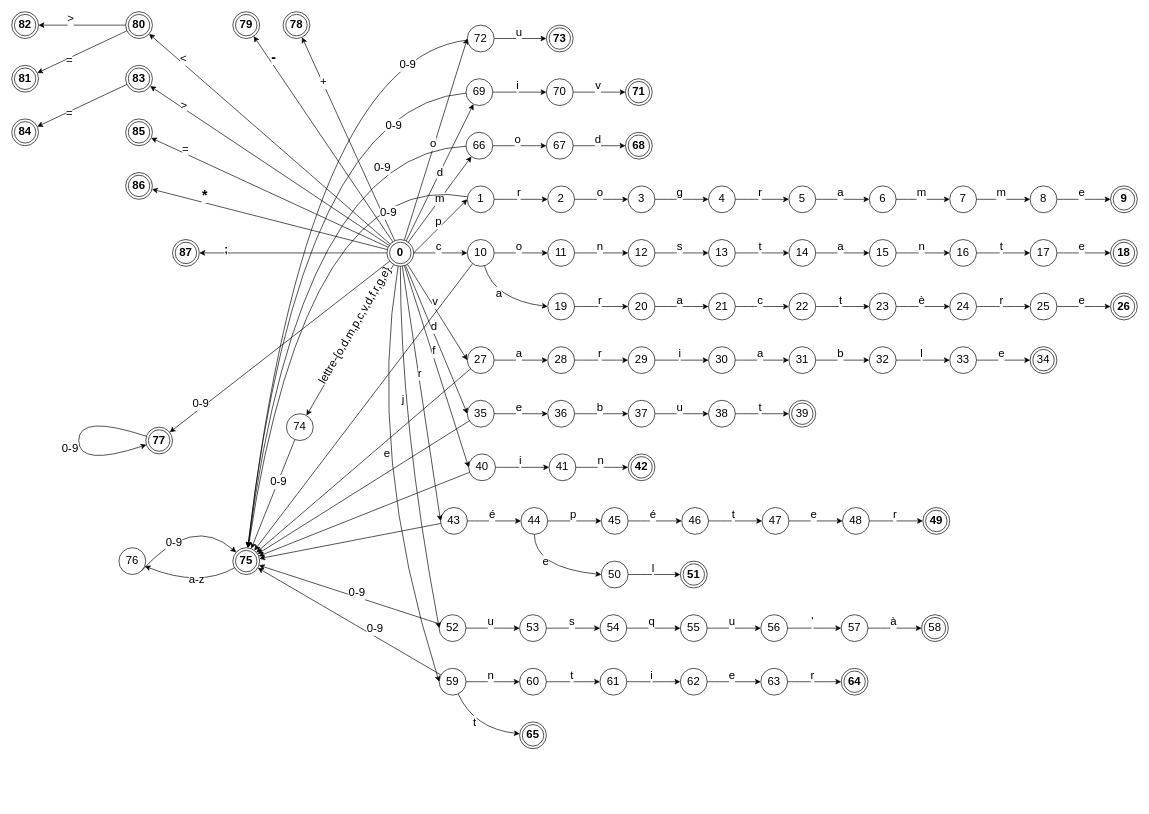
B-AJ-Amar/AlgoLang-Compiler keeps this draw.io diagram as src/diagrams/automate.drawio. Above is the earlier version. Source tidied: cells renumbered, new cells numbered last; positions are measured from the earlier drawing's top-left corner, leaving out a move shared by most shapes. Both pictures are drawn from the tidied source at 67%, with x=0, y=0 at pixel (11, 11).
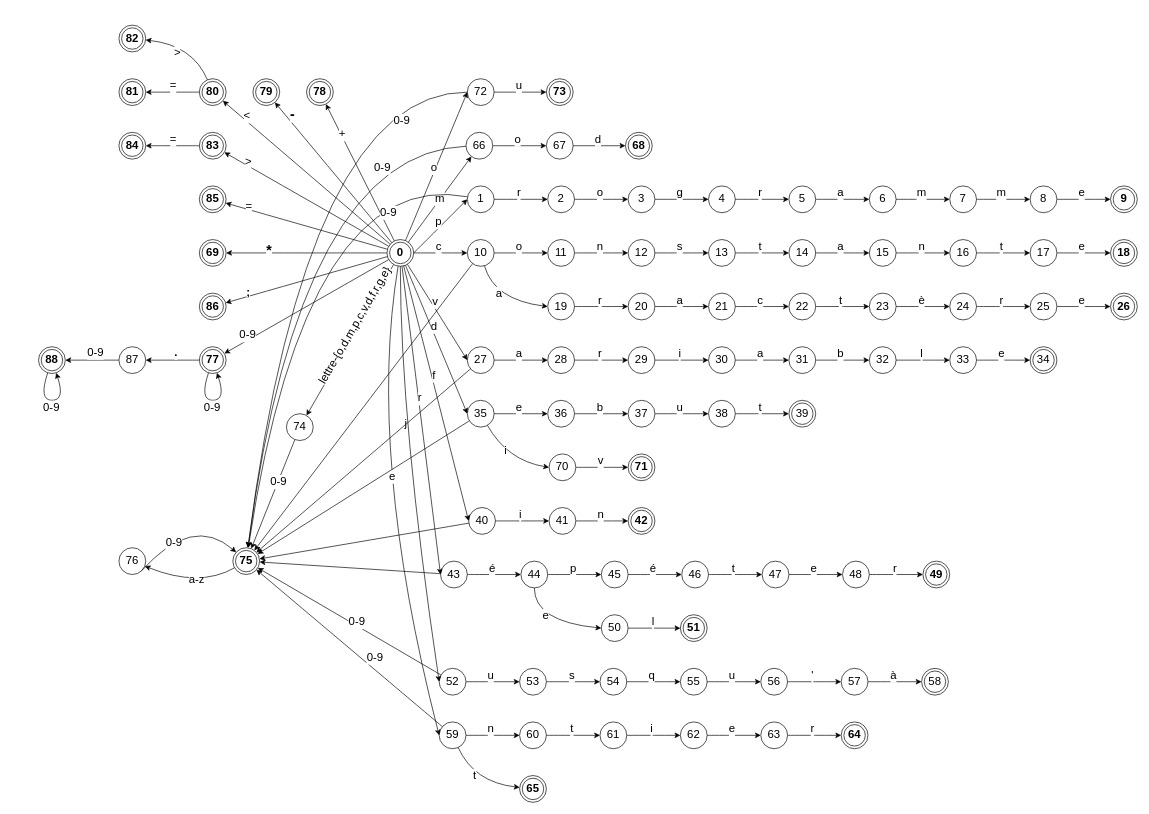
After the change.

Commit message (it also covers changes not shown here):
make everything works + add FLOAT

The change refers to these unchanged cells:
```xml
<mxCell id="2" value="&lt;b&gt;0&lt;/b&gt;" style="ellipse;shape=doubleEllipse;whiteSpace=wrap;html=1;fontSize=17;" parent="1" vertex="1">
  <mxGeometry x="560" y="340" width="40" height="40" as="geometry" />
</mxCell>
<mxCell id="81" value="35" style="ellipse;whiteSpace=wrap;html=1;fontSize=17;" parent="1" vertex="1">
  <mxGeometry x="680" y="580" width="40" height="40" as="geometry" />
</mxCell>
<mxCell id="223" value="75" style="ellipse;shape=doubleEllipse;whiteSpace=wrap;html=1;fontStyle=1;fontSize=17;" parent="1" vertex="1">
  <mxGeometry x="330" y="800" width="40" height="40" as="geometry" />
</mxCell>
```

What changed in the source:
```diff
@@
     <mxCell id="96" value="40" style="ellipse;whiteSpace=wrap;html=1;fontSize=17;" parent="1" vertex="1">
-      <mxGeometry x="682" y="660" width="40" height="40" as="geometry" />
+      <mxGeometry x="682" y="740" width="40" height="40" as="geometry" />
     </mxCell>
@@
     <mxCell id="99" value="41" style="ellipse;whiteSpace=wrap;html=1;fontSize=17;" parent="1" vertex="1">
-      <mxGeometry x="802" y="660" width="40" height="40" as="geometry" />
+      <mxGeometry x="802" y="740" width="40" height="40" as="geometry" />
     </mxCell>
@@
     <mxCell id="102" style="curved=1;endArrow=classic;html=1;rounded=0;exitX=1;exitY=0.5;exitDx=0;exitDy=0;fontSize=17;" parent="1" edge="1" target="104">
       <mxGeometry relative="1" as="geometry">
-        <mxPoint x="842" y="680" as="sourcePoint" />
+        <mxPoint x="842" y="760" as="sourcePoint" />
       </mxGeometry>
     </mxCell>
@@
     <mxCell id="104" value="42" style="ellipse;shape=doubleEllipse;whiteSpace=wrap;html=1;fontStyle=1;fontSize=17;" parent="1" vertex="1">
-      <mxGeometry x="920" y="660" width="40" height="40" as="geometry" />
+      <mxGeometry x="920" y="740" width="40" height="40" as="geometry" />
     </mxCell>
     <mxCell id="105" value="43" style="ellipse;whiteSpace=wrap;html=1;fontSize=17;" parent="1" vertex="1">
-      <mxGeometry x="640" y="740" width="40" height="40" as="geometry" />
+      <mxGeometry x="640" y="820" width="40" height="40" as="geometry" />
     </mxCell>
@@
     <mxCell id="108" value="44" style="ellipse;whiteSpace=wrap;html=1;fontSize=17;" parent="1" vertex="1">
-      <mxGeometry x="760" y="740" width="40" height="40" as="geometry" />
+      <mxGeometry x="760" y="820" width="40" height="40" as="geometry" />
     </mxCell>
@@
     <mxCell id="111" value="45" style="ellipse;whiteSpace=wrap;html=1;fontSize=17;" parent="1" vertex="1">
-      <mxGeometry x="880" y="740" width="40" height="40" as="geometry" />
+      <mxGeometry x="880" y="820" width="40" height="40" as="geometry" />
     </mxCell>
     <mxCell id="112" style="curved=1;endArrow=classic;html=1;rounded=0;entryX=0;entryY=0.5;entryDx=0;entryDy=0;exitX=1;exitY=0.5;exitDx=0;exitDy=0;fontSize=17;" parent="1" edge="1" target="111">
       <mxGeometry relative="1" as="geometry">
-        <mxPoint x="800" y="760" as="sourcePoint" />
+        <mxPoint x="800" y="840" as="sourcePoint" />
       </mxGeometry>
     </mxCell>
@@
     <mxCell id="114" value="46" style="ellipse;whiteSpace=wrap;html=1;fontSize=17;" parent="1" vertex="1">
-      <mxGeometry x="1000" y="740" width="40" height="40" as="geometry" />
+      <mxGeometry x="1000" y="820" width="40" height="40" as="geometry" />
     </mxCell>
@@
     <mxCell id="117" value="47" style="ellipse;whiteSpace=wrap;html=1;fontSize=17;" parent="1" vertex="1">
-      <mxGeometry x="1120" y="740" width="40" height="40" as="geometry" />
+      <mxGeometry x="1120" y="820" width="40" height="40" as="geometry" />
     </mxCell>
@@
     <mxCell id="120" value="48" style="ellipse;whiteSpace=wrap;html=1;fontSize=17;" parent="1" vertex="1">
-      <mxGeometry x="1240" y="740" width="40" height="40" as="geometry" />
+      <mxGeometry x="1240" y="820" width="40" height="40" as="geometry" />
     </mxCell>
@@
     <mxCell id="123" style="curved=1;endArrow=classic;html=1;rounded=0;exitX=1;exitY=0.5;exitDx=0;exitDy=0;fontSize=17;" parent="1" edge="1" target="125">
       <mxGeometry relative="1" as="geometry">
-        <mxPoint x="1280" y="760" as="sourcePoint" />
+        <mxPoint x="1280" y="840" as="sourcePoint" />
       </mxGeometry>
     </mxCell>
@@
     <mxCell id="125" value="49" style="ellipse;shape=doubleEllipse;whiteSpace=wrap;html=1;fontStyle=1;fontSize=17;" parent="1" vertex="1">
-      <mxGeometry x="1360" y="740" width="40" height="40" as="geometry" />
+      <mxGeometry x="1360" y="820" width="40" height="40" as="geometry" />
     </mxCell>
     <mxCell id="126" value="52" style="ellipse;whiteSpace=wrap;html=1;fontSize=17;" parent="1" vertex="1">
-      <mxGeometry x="638" y="900" width="40" height="40" as="geometry" />
+      <mxGeometry x="638" y="980" width="40" height="40" as="geometry" />
     </mxCell>
@@
     <mxCell id="129" value="53" style="ellipse;whiteSpace=wrap;html=1;fontSize=17;" parent="1" vertex="1">
-      <mxGeometry x="758" y="900" width="40" height="40" as="geometry" />
+      <mxGeometry x="758" y="980" width="40" height="40" as="geometry" />
     </mxCell>
@@
     <mxCell id="132" value="54" style="ellipse;whiteSpace=wrap;html=1;fontSize=17;" parent="1" vertex="1">
-      <mxGeometry x="878" y="900" width="40" height="40" as="geometry" />
+      <mxGeometry x="878" y="980" width="40" height="40" as="geometry" />
     </mxCell>
     <mxCell id="133" style="curved=1;endArrow=classic;html=1;rounded=0;entryX=0;entryY=0.5;entryDx=0;entryDy=0;exitX=1;exitY=0.5;exitDx=0;exitDy=0;fontSize=17;" parent="1" edge="1" target="132">
       <mxGeometry relative="1" as="geometry">
-        <mxPoint x="798" y="920" as="sourcePoint" />
+        <mxPoint x="798" y="1000" as="sourcePoint" />
       </mxGeometry>
     </mxCell>
@@
     <mxCell id="135" value="55" style="ellipse;whiteSpace=wrap;html=1;fontSize=17;" parent="1" vertex="1">
-      <mxGeometry x="998" y="900" width="40" height="40" as="geometry" />
+      <mxGeometry x="998" y="980" width="40" height="40" as="geometry" />
     </mxCell>
@@
     <mxCell id="138" value="56" style="ellipse;whiteSpace=wrap;html=1;fontSize=17;" parent="1" vertex="1">
-      <mxGeometry x="1118" y="900" width="40" height="40" as="geometry" />
+      <mxGeometry x="1118" y="980" width="40" height="40" as="geometry" />
     </mxCell>
@@
     <mxCell id="141" value="57" style="ellipse;whiteSpace=wrap;html=1;fontSize=17;" parent="1" vertex="1">
-      <mxGeometry x="1238" y="900" width="40" height="40" as="geometry" />
+      <mxGeometry x="1238" y="980" width="40" height="40" as="geometry" />
     </mxCell>
@@
     <mxCell id="144" style="curved=1;endArrow=classic;html=1;rounded=0;exitX=1;exitY=0.5;exitDx=0;exitDy=0;fontSize=17;" parent="1" edge="1" target="146">
       <mxGeometry relative="1" as="geometry">
-        <mxPoint x="1278" y="920" as="sourcePoint" />
+        <mxPoint x="1278" y="1000" as="sourcePoint" />
       </mxGeometry>
     </mxCell>
@@
     <mxCell id="146" value="58" style="ellipse;shape=doubleEllipse;whiteSpace=wrap;html=1;fontSize=17;" parent="1" vertex="1">
-      <mxGeometry x="1358" y="900" width="40" height="40" as="geometry" />
+      <mxGeometry x="1358" y="980" width="40" height="40" as="geometry" />
     </mxCell>
     <mxCell id="147" value="59" style="ellipse;whiteSpace=wrap;html=1;fontSize=17;" parent="1" vertex="1">
-      <mxGeometry x="638" y="980" width="40" height="40" as="geometry" />
+      <mxGeometry x="638" y="1060" width="40" height="40" as="geometry" />
     </mxCell>
@@
     <mxCell id="150" value="60" style="ellipse;whiteSpace=wrap;html=1;fontSize=17;" parent="1" vertex="1">
-      <mxGeometry x="758" y="980" width="40" height="40" as="geometry" />
+      <mxGeometry x="758" y="1060" width="40" height="40" as="geometry" />
     </mxCell>
@@
     <mxCell id="153" value="61" style="ellipse;whiteSpace=wrap;html=1;fontSize=17;" parent="1" vertex="1">
-      <mxGeometry x="878" y="980" width="40" height="40" as="geometry" />
+      <mxGeometry x="878" y="1060" width="40" height="40" as="geometry" />
     </mxCell>
     <mxCell id="154" style="curved=1;endArrow=classic;html=1;rounded=0;entryX=0;entryY=0.5;entryDx=0;entryDy=0;exitX=1;exitY=0.5;exitDx=0;exitDy=0;fontSize=17;" parent="1" edge="1" target="153">
       <mxGeometry relative="1" as="geometry">
-        <mxPoint x="798" y="1000" as="sourcePoint" />
+        <mxPoint x="798" y="1080" as="sourcePoint" />
       </mxGeometry>
     </mxCell>
@@
     <mxCell id="156" value="62" style="ellipse;whiteSpace=wrap;html=1;fontSize=17;" parent="1" vertex="1">
-      <mxGeometry x="998" y="980" width="40" height="40" as="geometry" />
+      <mxGeometry x="998" y="1060" width="40" height="40" as="geometry" />
     </mxCell>
@@
     <mxCell id="161" value="63" style="ellipse;whiteSpace=wrap;html=1;fontSize=17;" parent="1" vertex="1">
-      <mxGeometry x="1118" y="980" width="40" height="40" as="geometry" />
+      <mxGeometry x="1118" y="1060" width="40" height="40" as="geometry" />
     </mxCell>
@@
     <mxCell id="164" value="64" style="ellipse;shape=doubleEllipse;whiteSpace=wrap;html=1;fontStyle=1;fontSize=17;" parent="1" vertex="1">
-      <mxGeometry x="1238" y="980" width="40" height="40" as="geometry" />
+      <mxGeometry x="1238" y="1060" width="40" height="40" as="geometry" />
     </mxCell>
@@
     <mxCell id="196" value="50" style="ellipse;whiteSpace=wrap;html=1;fontSize=17;" parent="1" vertex="1">
-      <mxGeometry x="880" y="820" width="40" height="40" as="geometry" />
+      <mxGeometry x="880" y="900" width="40" height="40" as="geometry" />
     </mxCell>
     <mxCell id="197" style="curved=1;endArrow=classic;html=1;rounded=0;entryX=0;entryY=0.5;entryDx=0;entryDy=0;fontSize=17;" parent="1" edge="1" source="108" target="196">
       <mxGeometry relative="1" as="geometry">
         <Array as="points">
-          <mxPoint x="780" y="830" />
+          <mxPoint x="780" y="910" />
         </Array>
       </mxGeometry>
     </mxCell>
@@
     <mxCell id="199" style="curved=1;endArrow=classic;html=1;rounded=0;exitX=1;exitY=0.5;exitDx=0;exitDy=0;fontSize=17;" parent="1" edge="1" target="201">
       <mxGeometry relative="1" as="geometry">
-        <mxPoint x="920" y="840" as="sourcePoint" />
+        <mxPoint x="920" y="920" as="sourcePoint" />
       </mxGeometry>
     </mxCell>
@@
     <mxCell id="201" value="51" style="ellipse;shape=doubleEllipse;whiteSpace=wrap;html=1;fontStyle=1;fontSize=17;" parent="1" vertex="1">
-      <mxGeometry x="998" y="820" width="40" height="40" as="geometry" />
+      <mxGeometry x="998" y="900" width="40" height="40" as="geometry" />
     </mxCell>
     <mxCell id="202" style="curved=1;endArrow=classic;html=1;rounded=0;fontSize=17;" parent="1" edge="1" source="147" target="204">
       <mxGeometry relative="1" as="geometry">
         <Array as="points">
-          <mxPoint x="690" y="1070" />
+          <mxPoint x="690" y="1150" />
         </Array>
       </mxGeometry>
     </mxCell>
@@
     <mxCell id="204" value="65" style="ellipse;shape=doubleEllipse;whiteSpace=wrap;html=1;fontStyle=1;fontSize=17;" parent="1" vertex="1">
-      <mxGeometry x="758" y="1060" width="40" height="40" as="geometry" />
+      <mxGeometry x="758" y="1140" width="40" height="40" as="geometry" />
     </mxCell>
@@
-    <mxCell id="206" value="69" style="ellipse;whiteSpace=wrap;html=1;fontSize=17;" parent="1" vertex="1">
-      <mxGeometry x="678" y="100" width="40" height="40" as="geometry" />
-    </mxCell>
-    <mxCell id="207" value="70" style="ellipse;whiteSpace=wrap;html=1;fontSize=17;" parent="1" vertex="1">
-      <mxGeometry x="798" y="100" width="40" height="40" as="geometry" />
-    </mxCell>
-    <mxCell id="208" style="curved=1;endArrow=classic;html=1;rounded=0;entryX=0;entryY=0.5;entryDx=0;entryDy=0;exitX=1;exitY=0.5;exitDx=0;exitDy=0;fontSize=17;" parent="1" edge="1" source="206" target="207">
-      <mxGeometry relative="1" as="geometry" />
-    </mxCell>
-    <mxCell id="209" value="i" style="edgeLabel;html=1;align=center;verticalAlign=middle;fontSize=17;" parent="208" vertex="1">
-      <mxGeometry x="-0.11" y="-1" relative="1" as="geometry">
-        <mxPoint y="-11" as="offset" />
-      </mxGeometry>
-    </mxCell>
-    <mxCell id="210" style="curved=1;endArrow=classic;html=1;rounded=0;exitX=1;exitY=0.5;exitDx=0;exitDy=0;fontSize=17;" parent="1" edge="1" target="212">
-      <mxGeometry relative="1" as="geometry">
-        <mxPoint x="838" y="120" as="sourcePoint" />
-      </mxGeometry>
-    </mxCell>
-    <mxCell id="211" value="v" style="edgeLabel;html=1;align=center;verticalAlign=middle;fontSize=17;" parent="210" vertex="1">
-      <mxGeometry x="-0.09" relative="1" as="geometry">
-        <mxPoint x="1" y="-10" as="offset" />
-      </mxGeometry>
-    </mxCell>
-    <mxCell id="212" value="71" style="ellipse;shape=doubleEllipse;whiteSpace=wrap;html=1;fontStyle=1;fontSize=17;" parent="1" vertex="1">
-      <mxGeometry x="916" y="100" width="40" height="40" as="geometry" />
-    </mxCell>
-    <mxCell id="213" value="d" style="curved=1;endArrow=classic;html=1;rounded=0;fontSize=17;" parent="1" edge="1" source="2" target="206">
-      <mxGeometry relative="1" as="geometry" />
-    </mxCell>
     <mxCell id="214" value="72" style="ellipse;whiteSpace=wrap;html=1;fontSize=17;" parent="1" vertex="1">
-      <mxGeometry x="680" y="20" width="40" height="40" as="geometry" />
+      <mxGeometry x="680" y="100" width="40" height="40" as="geometry" />
     </mxCell>
@@
     <mxCell id="219" value="78" style="ellipse;shape=doubleEllipse;whiteSpace=wrap;html=1;fontStyle=1;fontSize=17;" parent="1" vertex="1">
-      <mxGeometry x="405" width="40" height="40" as="geometry" />
+      <mxGeometry x="440" y="100" width="40" height="40" as="geometry" />
     </mxCell>
@@
     <mxCell id="231" style="curved=1;endArrow=classic;html=1;rounded=0;fontSize=17;" parent="1" edge="1" source="214" target="223">
       <mxGeometry relative="1" as="geometry">
         <Array as="points">
-          <mxPoint x="440" y="70" />
+          <mxPoint x="440" y="120" />
         </Array>
       </mxGeometry>
     </mxCell>
     <mxCell id="232" value="&lt;font&gt;0-9&lt;/font&gt;" style="edgeLabel;html=1;align=center;verticalAlign=middle;fontSize=17;" parent="231" vertex="1">
       <mxGeometry x="-0.19" y="73" relative="1" as="geometry">
-        <mxPoint x="96" y="-153" as="offset" />
+        <mxPoint x="86" y="-101" as="offset" />
       </mxGeometry>
     </mxCell>
-    <mxCell id="233" style="curved=1;endArrow=classic;html=1;rounded=0;fontSize=17;" parent="1" edge="1" source="206" target="223">
-      <mxGeometry relative="1" as="geometry">
-        <Array as="points">
-          <mxPoint x="430" y="140" />
-        </Array>
-      </mxGeometry>
-    </mxCell>
-    <mxCell id="234" value="0-9" style="edgeLabel;html=1;align=center;verticalAlign=middle;fontSize=17;" parent="233" vertex="1">
-      <mxGeometry x="-0.27" y="82" relative="1" as="geometry">
-        <mxPoint x="68" y="-63" as="offset" />
-      </mxGeometry>
-    </mxCell>
@@
     <mxCell id="248" value="79" style="ellipse;shape=doubleEllipse;whiteSpace=wrap;html=1;fontStyle=1;fontSize=17;" parent="1" vertex="1">
-      <mxGeometry x="330" width="40" height="40" as="geometry" />
+      <mxGeometry x="360" y="100" width="40" height="40" as="geometry" />
     </mxCell>
@@
     <mxCell id="251" value="77" style="ellipse;shape=doubleEllipse;whiteSpace=wrap;html=1;fontStyle=1;fontSize=17;" parent="1" vertex="1">
-      <mxGeometry x="200" y="620" width="40" height="40" as="geometry" />
+      <mxGeometry x="280" y="500" width="40" height="40" as="geometry" />
     </mxCell>
@@
-    <mxCell id="254" style="curved=1;endArrow=classic;html=1;rounded=0;fontSize=17;" parent="1" edge="1" source="251" target="251">
-      <mxGeometry relative="1" as="geometry">
-        <Array as="points">
-          <mxPoint x="100" y="600" />
-        </Array>
-      </mxGeometry>
-    </mxCell>
-    <mxCell id="255" value="0-9" style="edgeLabel;html=1;align=center;verticalAlign=middle;fontSize=17;" parent="254" vertex="1">
-      <mxGeometry x="-0.09" relative="1" as="geometry">
-        <mxPoint x="-14" y="26" as="offset" />
-      </mxGeometry>
-    </mxCell>
@@
     <mxCell id="258" value="73" style="ellipse;shape=doubleEllipse;whiteSpace=wrap;html=1;fontStyle=1;fontSize=17;" parent="1" vertex="1">
-      <mxGeometry x="798" y="20" width="40" height="40" as="geometry" />
+      <mxGeometry x="798" y="100" width="40" height="40" as="geometry" />
     </mxCell>
     <mxCell id="259" value="80" style="ellipse;shape=doubleEllipse;whiteSpace=wrap;html=1;fontStyle=1;fontSize=17;" parent="1" vertex="1">
-      <mxGeometry x="170" width="40" height="40" as="geometry" />
+      <mxGeometry x="280" y="100" width="40" height="40" as="geometry" />
     </mxCell>
@@
     <mxCell id="264" value="83" style="ellipse;shape=doubleEllipse;whiteSpace=wrap;html=1;fontStyle=1;fontSize=17;" parent="1" vertex="1">
-      <mxGeometry x="170" y="80" width="40" height="40" as="geometry" />
+      <mxGeometry x="280" y="180" width="40" height="40" as="geometry" />
     </mxCell>
     <mxCell id="265" value="85" style="ellipse;shape=doubleEllipse;whiteSpace=wrap;html=1;fontStyle=1;fontSize=17;" parent="1" vertex="1">
-      <mxGeometry x="170" y="160" width="40" height="40" as="geometry" />
+      <mxGeometry x="280" y="260" width="40" height="40" as="geometry" />
     </mxCell>
@@
     <mxCell id="270" value="81" style="ellipse;shape=doubleEllipse;whiteSpace=wrap;html=1;fontStyle=1;fontSize=17;" parent="1" vertex="1">
-      <mxGeometry y="80" width="40" height="40" as="geometry" />
+      <mxGeometry x="160" y="100" width="40" height="40" as="geometry" />
     </mxCell>
     <mxCell id="271" style="curved=1;endArrow=classic;html=1;rounded=0;fontSize=17;" parent="1" edge="1" source="259" target="273">
-      <mxGeometry relative="1" as="geometry" />
+      <mxGeometry relative="1" as="geometry">
+        <Array as="points">
+          <mxPoint x="270" y="50" />
+        </Array>
+      </mxGeometry>
     </mxCell>
     <mxCell id="272" value="&amp;gt;" style="edgeLabel;html=1;align=center;verticalAlign=middle;fontSize=17;" parent="271" vertex="1">
       <mxGeometry x="0.72" y="-1" relative="1" as="geometry">
-        <mxPoint x="29" y="-9" as="offset" />
+        <mxPoint x="29" y="17" as="offset" />
       </mxGeometry>
     </mxCell>
     <mxCell id="273" value="82" style="ellipse;shape=doubleEllipse;whiteSpace=wrap;html=1;fontStyle=1;fontSize=17;" parent="1" vertex="1">
-      <mxGeometry width="40" height="40" as="geometry" />
+      <mxGeometry x="160" y="20" width="40" height="40" as="geometry" />
     </mxCell>
@@
     <mxCell id="276" value="84" style="ellipse;shape=doubleEllipse;whiteSpace=wrap;html=1;fontStyle=1;fontSize=17;" parent="1" vertex="1">
-      <mxGeometry y="160" width="40" height="40" as="geometry" />
+      <mxGeometry x="160" y="180" width="40" height="40" as="geometry" />
     </mxCell>
@@
-    <mxCell id="279" value="86" style="ellipse;shape=doubleEllipse;whiteSpace=wrap;html=1;fontStyle=1;fontSize=17;" parent="1" vertex="1">
-      <mxGeometry x="170" y="240" width="40" height="40" as="geometry" />
+    <mxCell id="279" value="69" style="ellipse;shape=doubleEllipse;whiteSpace=wrap;html=1;fontStyle=1;fontSize=17;" parent="1" vertex="1">
+      <mxGeometry x="280" y="340" width="40" height="40" as="geometry" />
     </mxCell>
@@
-    <mxCell id="282" value="87" style="ellipse;shape=doubleEllipse;whiteSpace=wrap;html=1;fontStyle=1;fontSize=17;" parent="1" vertex="1">
-      <mxGeometry x="240" y="340" width="40" height="40" as="geometry" />
+    <mxCell id="282" value="86" style="ellipse;shape=doubleEllipse;whiteSpace=wrap;html=1;fontStyle=1;fontSize=17;" parent="1" vertex="1">
+      <mxGeometry x="280" y="420" width="40" height="40" as="geometry" />
     </mxCell>
+    <mxCell id="207" value="70" style="ellipse;whiteSpace=wrap;html=1;fontSize=17;" parent="1" vertex="1">
+      <mxGeometry x="802" y="660" width="40" height="40" as="geometry" />
+    </mxCell>
+    <mxCell id="283" style="curved=1;endArrow=classic;html=1;rounded=0;entryX=0;entryY=0.5;entryDx=0;entryDy=0;fontSize=17;" parent="1" edge="1" source="81" target="207">
+      <mxGeometry relative="1" as="geometry">
+        <Array as="points">
+          <mxPoint x="740" y="670" />
+        </Array>
+      </mxGeometry>
+    </mxCell>
+    <mxCell id="209" value="i" style="edgeLabel;html=1;align=center;verticalAlign=middle;fontSize=17;" parent="283" vertex="1">
+      <mxGeometry x="-0.11" y="-1" relative="1" as="geometry">
+        <mxPoint y="-11" as="offset" />
+      </mxGeometry>
+    </mxCell>
+    <mxCell id="284" style="curved=1;endArrow=classic;html=1;rounded=0;exitX=1;exitY=0.5;exitDx=0;exitDy=0;fontSize=17;" parent="1" edge="1" target="212">
+      <mxGeometry relative="1" as="geometry">
+        <mxPoint x="842" y="680" as="sourcePoint" />
+      </mxGeometry>
+    </mxCell>
+    <mxCell id="211" value="v" style="edgeLabel;html=1;align=center;verticalAlign=middle;fontSize=17;" parent="284" vertex="1">
+      <mxGeometry x="-0.09" relative="1" as="geometry">
+        <mxPoint x="1" y="-10" as="offset" />
+      </mxGeometry>
+    </mxCell>
+    <mxCell id="212" value="71" style="ellipse;shape=doubleEllipse;whiteSpace=wrap;html=1;fontStyle=1;fontSize=17;" parent="1" vertex="1">
+      <mxGeometry x="920" y="660" width="40" height="40" as="geometry" />
+    </mxCell>
+    <mxCell id="254" style="curved=1;endArrow=classic;html=1;rounded=0;fontSize=17;" parent="1" edge="1" source="251" target="251">
+      <mxGeometry relative="1" as="geometry">
+        <Array as="points">
+          <mxPoint x="320" y="580" />
+        </Array>
+      </mxGeometry>
+    </mxCell>
+    <mxCell id="285" value="0-9" style="edgeLabel;html=1;align=center;verticalAlign=middle;fontSize=17;" parent="254" vertex="1">
+      <mxGeometry x="-0.11" y="-1" relative="1" as="geometry">
+        <mxPoint x="6" y="9" as="offset" />
+      </mxGeometry>
+    </mxCell>
+    <mxCell id="286" value="87" style="ellipse;whiteSpace=wrap;html=1;fontSize=17;" parent="1" vertex="1">
+      <mxGeometry x="160" y="500" width="40" height="40" as="geometry" />
+    </mxCell>
+    <mxCell id="287" style="curved=1;endArrow=classic;html=1;rounded=0;fontSize=17;" parent="1" edge="1" source="251" target="286">
+      <mxGeometry relative="1" as="geometry" />
+    </mxCell>
+    <mxCell id="288" value="&lt;b&gt;.&lt;/b&gt;" style="edgeLabel;html=1;align=center;verticalAlign=middle;fontSize=17;" parent="287" vertex="1">
+      <mxGeometry x="-0.11" y="-1" relative="1" as="geometry">
+        <mxPoint y="-11" as="offset" />
+      </mxGeometry>
+    </mxCell>
+    <mxCell id="289" value="88" style="ellipse;shape=doubleEllipse;whiteSpace=wrap;html=1;fontStyle=1;fontSize=17;" parent="1" vertex="1">
+      <mxGeometry x="40" y="500" width="40" height="40" as="geometry" />
+    </mxCell>
+    <mxCell id="290" style="curved=1;endArrow=classic;html=1;rounded=0;fontSize=17;" parent="1" edge="1" source="289" target="289">
+      <mxGeometry relative="1" as="geometry">
+        <Array as="points">
+          <mxPoint x="40" y="580" />
+        </Array>
+      </mxGeometry>
+    </mxCell>
+    <mxCell id="291" value="0-9" style="edgeLabel;html=1;align=center;verticalAlign=middle;fontSize=17;" parent="290" vertex="1">
+      <mxGeometry x="-0.11" y="-1" relative="1" as="geometry">
+        <mxPoint x="6" y="9" as="offset" />
+      </mxGeometry>
+    </mxCell>
+    <mxCell id="292" style="curved=1;endArrow=classic;html=1;rounded=0;fontSize=17;" parent="1" edge="1" source="286" target="289">
+      <mxGeometry relative="1" as="geometry" />
+    </mxCell>
+    <mxCell id="293" value="0-9" style="edgeLabel;html=1;align=center;verticalAlign=middle;fontSize=17;" parent="292" vertex="1">
+      <mxGeometry x="-0.11" y="-1" relative="1" as="geometry">
+        <mxPoint y="-11" as="offset" />
+      </mxGeometry>
+    </mxCell>
```
